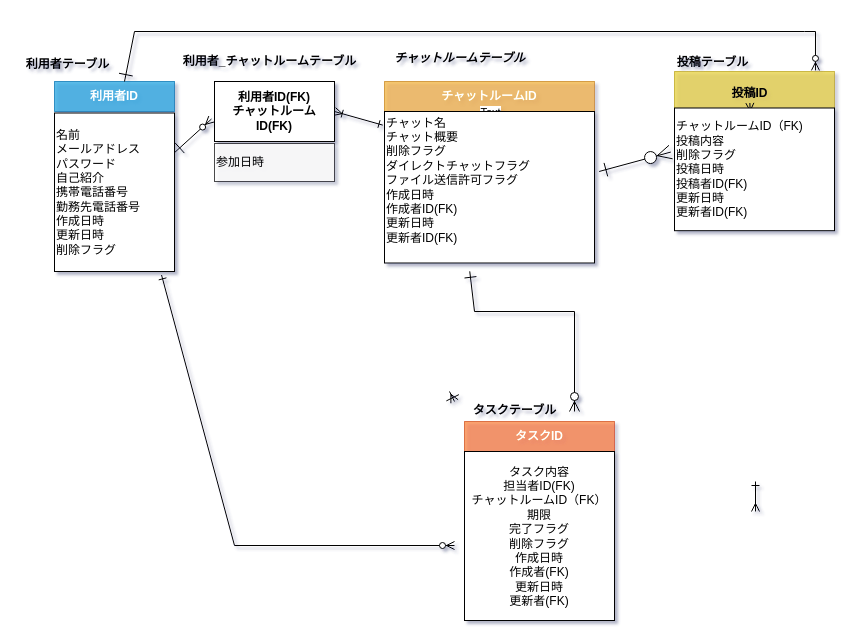
Earlier version of the draw.io diagram db/db-challenge1/db-challenge1.drawio (Yuina1012/quelcode-db). Source tidied: cells renumbered, new cells numbered last; positions are measured from the earlier drawing's top-left corner, leaving out a move shared by most shapes. Both pictures are drawn from the tidied source at 100%, with x=0, y=0 at pixel (17, 31).
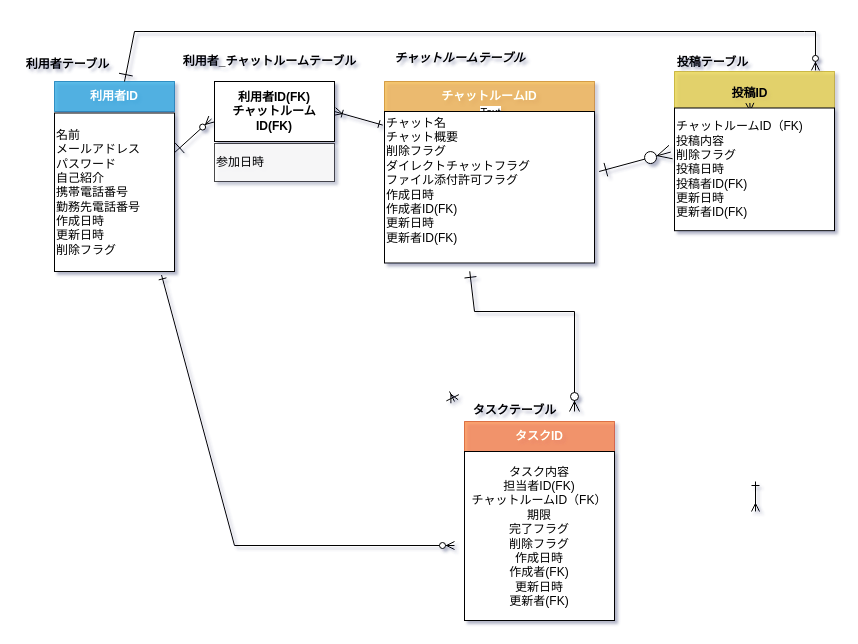
After the change.

Commit message:
チャットルームテーブル　ファイル制御フラグ論理名変更

Diff of the diagram source:
```diff
@@
-    <mxCell id="12" value="チャット名&lt;br&gt;&lt;div&gt;チャット概要&lt;/div&gt;&lt;div&gt;&lt;span&gt;削除フラグ&lt;/span&gt;&lt;br&gt;&lt;/div&gt;&lt;div&gt;&lt;span&gt;ダイレクトチャットフラグ&lt;/span&gt;&lt;/div&gt;&lt;div&gt;ファイル送信許可フラグ&lt;/div&gt;&lt;div&gt;&lt;div&gt;作成日時&lt;br&gt;作成者ID(FK)&lt;br&gt;更新日時&lt;br&gt;更新者ID(FK)&lt;/div&gt;&lt;/div&gt;&lt;div&gt;&lt;br&gt;&lt;/div&gt;" style="rounded=0;whiteSpace=wrap;html=1;align=left;" parent="1" vertex="1">
+    <mxCell id="12" value="チャット名&lt;br&gt;&lt;div&gt;チャット概要&lt;/div&gt;&lt;div&gt;&lt;span&gt;削除フラグ&lt;/span&gt;&lt;br&gt;&lt;/div&gt;&lt;div&gt;&lt;span&gt;ダイレクトチャットフラグ&lt;/span&gt;&lt;/div&gt;&lt;div&gt;ファイル添付許可フラグ&lt;/div&gt;&lt;div&gt;&lt;div&gt;作成日時&lt;br&gt;作成者ID(FK)&lt;br&gt;更新日時&lt;br&gt;更新者ID(FK)&lt;/div&gt;&lt;/div&gt;&lt;div&gt;&lt;br&gt;&lt;/div&gt;" style="rounded=0;whiteSpace=wrap;html=1;align=left;" parent="1" vertex="1">
       <mxGeometry x="367" y="80" width="210" height="151.5" as="geometry" />
     </mxCell>
```
